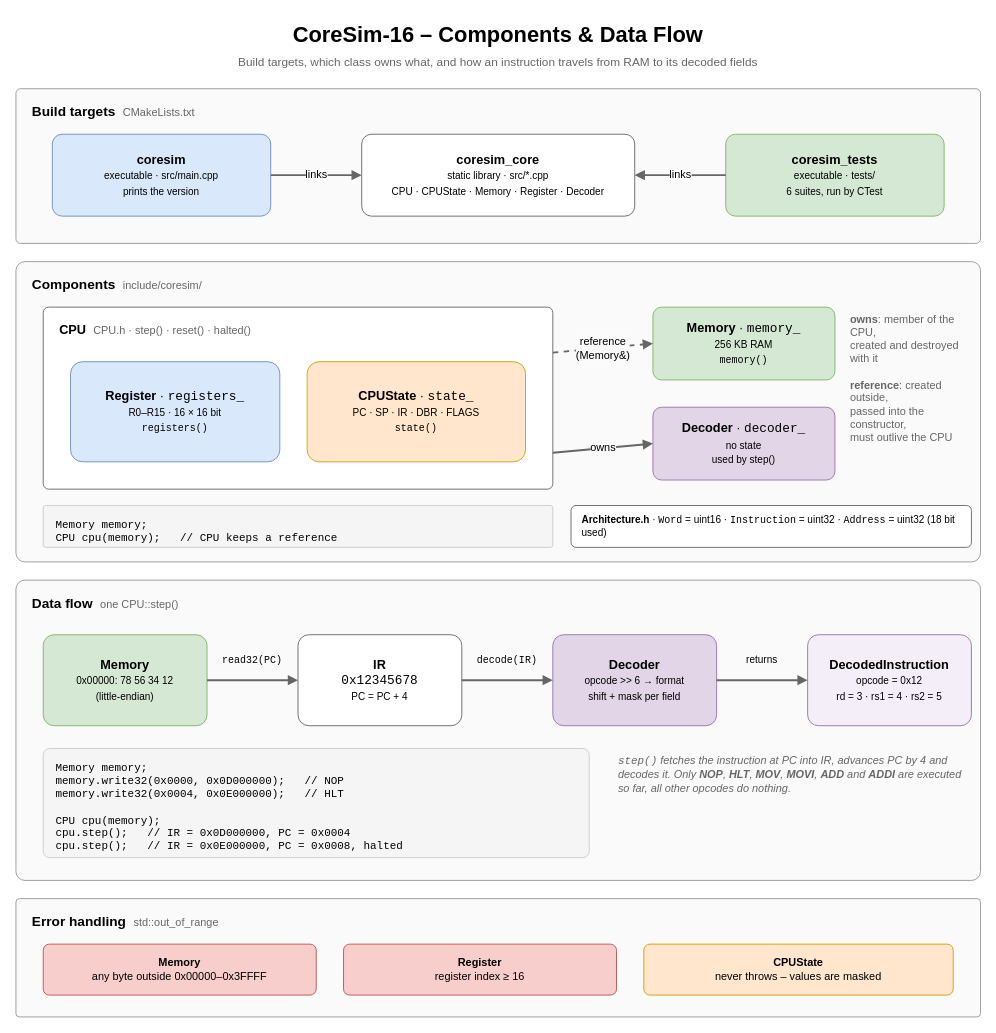
Before: diagrams/data-flow.drawio in kpolet2010-hue/CoreSim, a draw.io diagram. Source tidied: cells renumbered, new cells numbered last; positions are measured from the earlier drawing's top-left corner, leaving out a move shared by most shapes. Both pictures are drawn from the tidied source at 91%, with x=0, y=0 at pixel (15, 15).
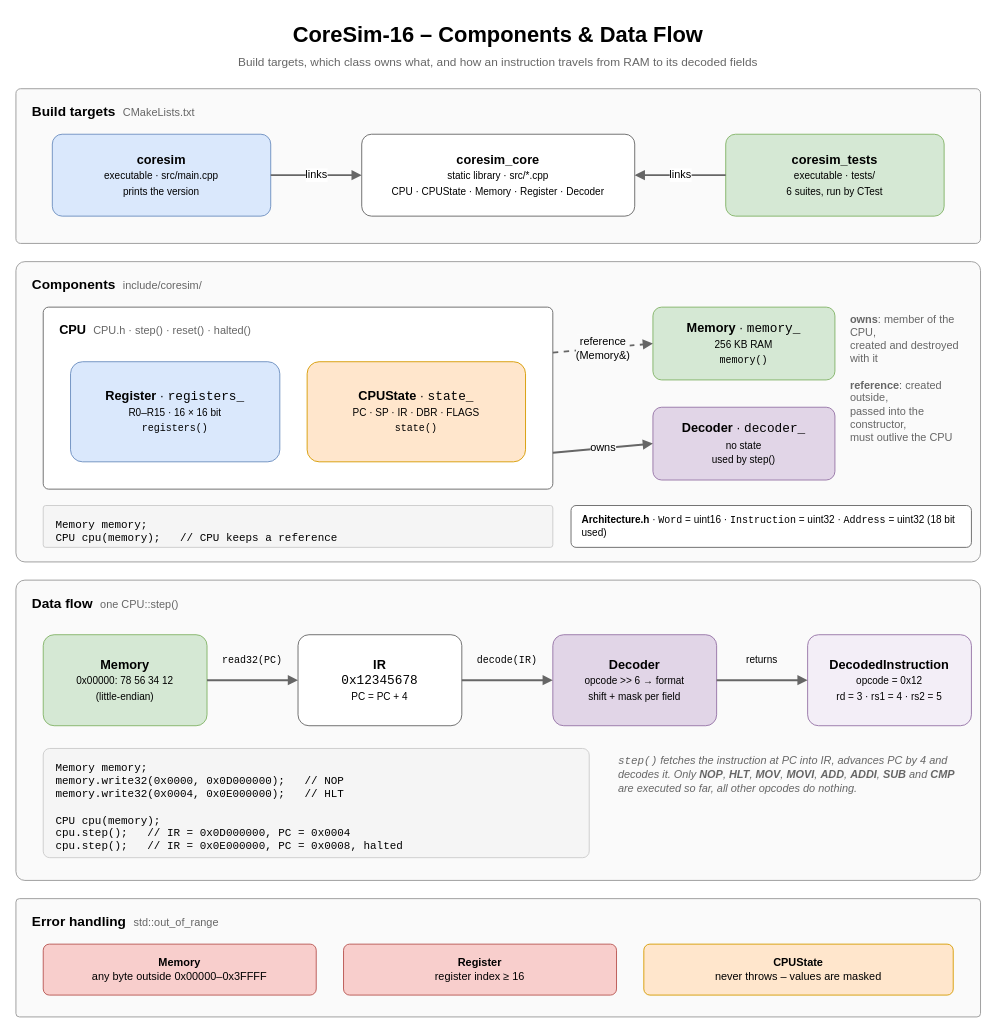
The same page after the edit.

What changed in the source:
```diff
@@
-    <mxCell id="33" value="&lt;i&gt;&lt;code&gt;step()&lt;/code&gt; fetches the instruction at PC into IR, advances PC by 4 and decodes it. Only &lt;b&gt;NOP&lt;/b&gt;, &lt;b&gt;HLT&lt;/b&gt;, &lt;b&gt;MOV&lt;/b&gt;, &lt;b&gt;MOVI&lt;/b&gt;, &lt;b&gt;ADD&lt;/b&gt; and &lt;b&gt;ADDI&lt;/b&gt; are executed so far, all other opcodes do nothing.&lt;/i&gt;" style="text;html=1;strokeColor=none;fillColor=none;whiteSpace=wrap;fontFamily=Helvetica;fontSize=12;fontColor=#666666;align=left;" parent="1" vertex="1">
+    <mxCell id="33" value="&lt;i&gt;&lt;code&gt;step()&lt;/code&gt; fetches the instruction at PC into IR, advances PC by 4 and decodes it. Only &lt;b&gt;NOP&lt;/b&gt;, &lt;b&gt;HLT&lt;/b&gt;, &lt;b&gt;MOV&lt;/b&gt;, &lt;b&gt;MOVI&lt;/b&gt;, &lt;b&gt;ADD&lt;/b&gt;, &lt;b&gt;ADDI&lt;/b&gt;, &lt;b&gt;SUB&lt;/b&gt; and &lt;b&gt;CMP&lt;/b&gt; are executed so far, all other opcodes do nothing.&lt;/i&gt;" style="text;html=1;strokeColor=none;fillColor=none;whiteSpace=wrap;fontFamily=Helvetica;fontSize=12;fontColor=#666666;align=left;" parent="1" vertex="1">
       <mxGeometry x="660" y="805" width="380" height="90" as="geometry" />
     </mxCell>
```
